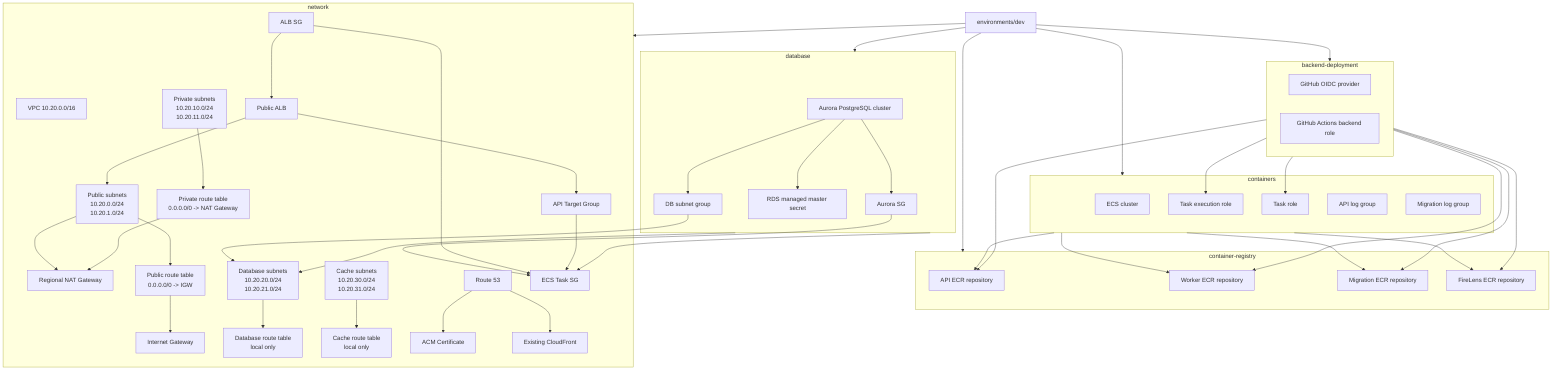
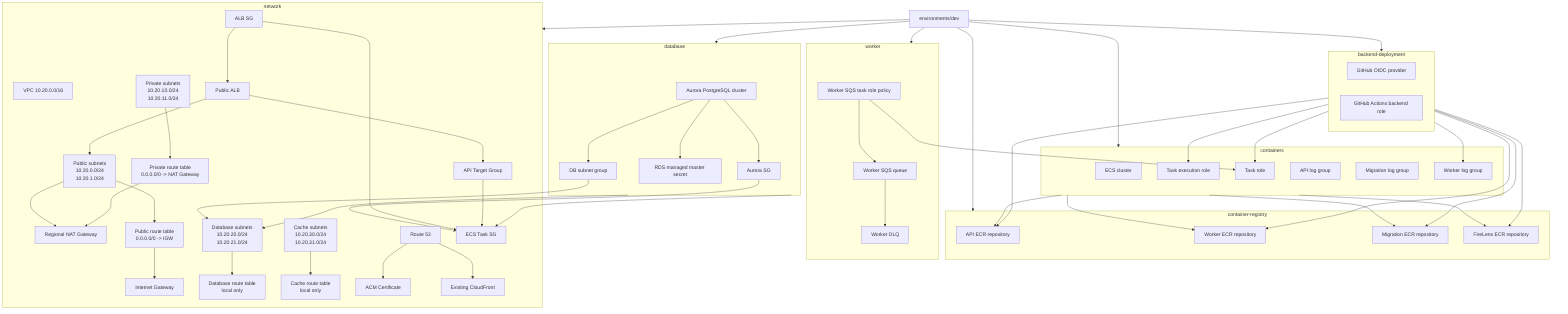
flowchart TB
  root["environments/dev"]

  subgraph registry["container-registry"]
    api_repo["API ECR repository"]
    worker_repo["Worker ECR repository"]
    migration_repo["Migration ECR repository"]
    firelens_repo["FireLens ECR repository"]
  end

  subgraph containers["containers"]
    cluster["ECS cluster"]
    task_execution_role["Task execution role"]
    task_role["Task role"]
    api_logs["API log group"]
    migration_logs["Migration log group"]
+     worker_logs["Worker log group"]
+   end
+ 
+   subgraph worker["worker"]
+     worker_queue["Worker SQS queue"]
+     worker_dlq["Worker DLQ"]
+     worker_sqs_policy["Worker SQS task role policy"]
  end

  subgraph database_module["database"]
    aurora["Aurora PostgreSQL cluster"]
    db_subnet_group["DB subnet group"]
    db_sg["Aurora SG"]
    db_secret["RDS managed master secret"]
  end

  subgraph network["network"]
    vpc["VPC 10.20.0.0/16"]
    igw["Internet Gateway"]
    nat["Regional NAT Gateway"]

    public["Public subnets\n10.20.0.0/24\n10.20.1.0/24"]
    private["Private subnets\n10.20.10.0/24\n10.20.11.0/24"]
    database_subnets["Database subnets\n10.20.20.0/24\n10.20.21.0/24"]
    cache["Cache subnets\n10.20.30.0/24\n10.20.31.0/24"]

    public_rt["Public route table\n0.0.0.0/0 -> IGW"]
    private_rt["Private route table\n0.0.0.0/0 -> NAT Gateway"]
    database_rt["Database route table\nlocal only"]
    cache_rt["Cache route table\nlocal only"]

    public_alb["Public ALB"]
    api_tg["API Target Group"]
    route53["Route 53"]
    acm["ACM Certificate"]
    cloudfront["Existing CloudFront"]
    alb_sg["ALB SG"]
    ecs_task_sg["ECS Task SG"]
  end

  subgraph backend_deployment["backend-deployment"]
    github_oidc["GitHub OIDC provider"]
    github_role["GitHub Actions backend role"]
  end

  root --> registry
  root --> containers
+   root --> worker
  root --> database_module
  root --> network
  root --> backend_deployment

  containers --> api_repo
  containers --> worker_repo
  containers --> migration_repo
  containers --> firelens_repo
  backend_deployment --> api_repo
  backend_deployment --> worker_repo
  backend_deployment --> migration_repo
  backend_deployment --> firelens_repo
+   backend_deployment --> worker_logs
  backend_deployment --> task_execution_role
  backend_deployment --> task_role
+ 
+   worker_queue --> worker_dlq
+   worker_sqs_policy --> worker_queue
+   worker_sqs_policy --> task_role

  database_module --> database_subnets
  database_module --> ecs_task_sg
  db_subnet_group --> database_subnets
  db_sg --> ecs_task_sg
  aurora --> db_subnet_group
  aurora --> db_sg
  aurora --> db_secret

  route53 --> cloudfront
  route53 --> acm
  alb_sg --> public_alb
  alb_sg --> ecs_task_sg
  public_alb --> public
  public_alb --> api_tg
  api_tg --> ecs_task_sg
  public --> public_rt
  public --> nat
  public_rt --> igw
  private --> private_rt
  private_rt --> nat
  database_subnets --> database_rt
  cache --> cache_rt
